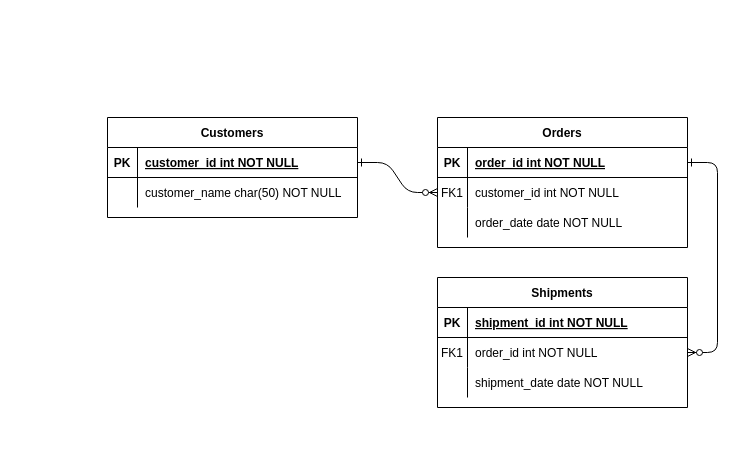
Above: Untitled Diagram.drawio in rafignwn/aplikasi-kasir-versi-web (draw.io), before the change. Source tidied: cells renumbered, new cells numbered last; positions are measured from the earlier drawing's top-left corner, leaving out a move shared by most shapes. Both pictures are drawn from the tidied source at 100%, with x=0, y=0 at pixel (107, 117).
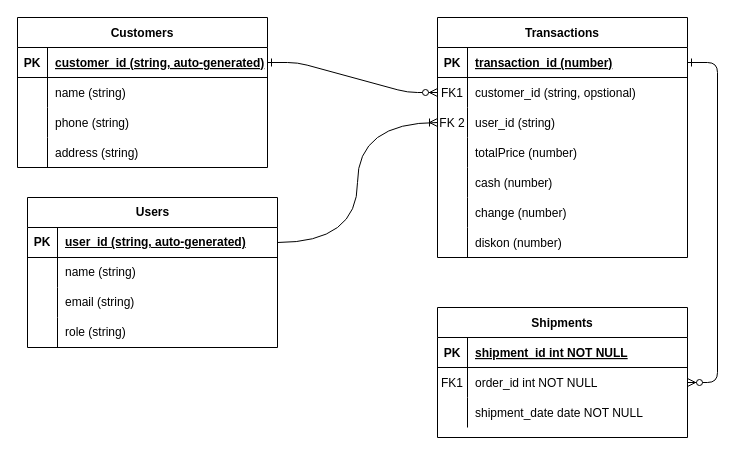
The same page after the edit.

Commit message:
ERD-Bee POS.drawio

The change refers to these unchanged cells:
```xml
<mxCell id="5" style="shape=partialRectangle;fillColor=none;points=[[0,0.5],[1,0.5]];portConstraint=eastwest;top=0;left=0;right=0;bottom=1;" parent="4" vertex="1">
  <mxGeometry y="30" width="250" height="30" as="geometry" />
</mxCell>
<mxCell id="8" style="shape=partialRectangle;fillColor=none;points=[[0,0.5],[1,0.5]];portConstraint=eastwest;top=0;left=0;right=0;bottom=0;" parent="4" vertex="1">
  <mxGeometry y="60" width="250" height="30" as="geometry" />
</mxCell>
<mxCell id="11" style="shape=partialRectangle;fillColor=none;points=[[0,0.5],[1,0.5]];portConstraint=eastwest;top=0;left=0;right=0;bottom=0;" parent="4" vertex="1">
  <mxGeometry y="90" width="250" height="30" as="geometry" />
</mxCell>
<mxCell id="25" style="shape=partialRectangle;fillColor=none;points=[[0,0.5],[1,0.5]];portConstraint=eastwest;top=0;left=0;right=0;bottom=1;" parent="24" vertex="1">
  <mxGeometry y="30" width="250" height="30" as="geometry" />
</mxCell>
<mxCell id="28" style="shape=partialRectangle;fillColor=none;top=0;left=0;right=0;bottom=0;" parent="24" vertex="1">
  <mxGeometry y="60" width="250" height="30" as="geometry" />
</mxCell>
```

What changed in the source:
```diff
@@
-    <mxCell id="4" value="Orders" style="shape=table;startSize=30;childLayout=tableLayout;rowLines=0;fontStyle=1;align=center;" parent="1" vertex="1">
-      <mxGeometry x="330" width="250" height="130" as="geometry" />
+    <mxCell id="4" value="Transactions" style="shape=table;startSize=30;childLayout=tableLayout;rowLines=0;fontStyle=1;align=center;" parent="1" vertex="1">
+      <mxGeometry x="330" y="-100" width="250" height="240" as="geometry" />
     </mxCell>
@@
-    <mxCell id="7" value="order_id int NOT NULL " style="shape=partialRectangle;overflow=hidden;fillColor=none;top=0;left=0;bottom=0;right=0;align=left;spacingLeft=6;fontStyle=5;" parent="5" vertex="1">
+    <mxCell id="7" value="transaction_id (number)" style="shape=partialRectangle;overflow=hidden;fillColor=none;top=0;left=0;bottom=0;right=0;align=left;spacingLeft=6;fontStyle=5;" parent="5" vertex="1">
       <mxGeometry x="30" width="220" height="30" as="geometry" />
     </mxCell>
@@
-    <mxCell id="10" value="customer_id int NOT NULL" style="shape=partialRectangle;overflow=hidden;fillColor=none;top=0;left=0;bottom=0;right=0;align=left;spacingLeft=6;" parent="8" vertex="1">
+    <mxCell id="10" value="customer_id (string, opstional)" style="shape=partialRectangle;overflow=hidden;fillColor=none;top=0;left=0;bottom=0;right=0;align=left;spacingLeft=6;" parent="8" vertex="1">
       <mxGeometry x="30" width="220" height="30" as="geometry" />
     </mxCell>
@@
-    <mxCell id="12" style="shape=partialRectangle;overflow=hidden;fillColor=none;top=0;left=0;bottom=0;right=0;" parent="11" vertex="1">
+    <mxCell id="12" value="FK 2" style="shape=partialRectangle;overflow=hidden;fillColor=none;top=0;left=0;bottom=0;right=0;" parent="11" vertex="1">
       <mxGeometry width="30" height="30" as="geometry" />
     </mxCell>
-    <mxCell id="13" value="order_date date NOT NULL" style="shape=partialRectangle;overflow=hidden;fillColor=none;top=0;left=0;bottom=0;right=0;align=left;spacingLeft=6;" parent="11" vertex="1">
+    <mxCell id="13" value="user_id (string)" style="shape=partialRectangle;overflow=hidden;fillColor=none;top=0;left=0;bottom=0;right=0;align=left;spacingLeft=6;" parent="11" vertex="1">
       <mxGeometry x="30" width="220" height="30" as="geometry" />
     </mxCell>
+    <mxCell id="31" style="shape=partialRectangle;fillColor=none;top=0;left=0;right=0;bottom=0;" parent="4" vertex="1">
+      <mxGeometry y="120" width="250" height="30" as="geometry" />
+    </mxCell>
+    <mxCell id="32" style="shape=partialRectangle;overflow=hidden;fillColor=none;top=0;left=0;bottom=0;right=0;" parent="31" vertex="1">
+      <mxGeometry width="30" height="30" as="geometry" />
+    </mxCell>
+    <mxCell id="33" value="totalPrice (number)" style="shape=partialRectangle;overflow=hidden;fillColor=none;top=0;left=0;bottom=0;right=0;align=left;spacingLeft=6;" parent="31" vertex="1">
+      <mxGeometry x="30" width="220" height="30" as="geometry" />
+    </mxCell>
+    <mxCell id="34" style="shape=partialRectangle;fillColor=none;top=0;left=0;right=0;bottom=0;" parent="4" vertex="1">
+      <mxGeometry y="150" width="250" height="30" as="geometry" />
+    </mxCell>
+    <mxCell id="35" style="shape=partialRectangle;overflow=hidden;fillColor=none;top=0;left=0;bottom=0;right=0;" parent="34" vertex="1">
+      <mxGeometry width="30" height="30" as="geometry" />
+    </mxCell>
+    <mxCell id="36" value="cash (number)" style="shape=partialRectangle;overflow=hidden;fillColor=none;top=0;left=0;bottom=0;right=0;align=left;spacingLeft=6;" parent="34" vertex="1">
+      <mxGeometry x="30" width="220" height="30" as="geometry" />
+    </mxCell>
+    <mxCell id="37" style="shape=partialRectangle;fillColor=none;top=0;left=0;right=0;bottom=0;" parent="4" vertex="1">
+      <mxGeometry y="180" width="250" height="30" as="geometry" />
+    </mxCell>
+    <mxCell id="38" style="shape=partialRectangle;overflow=hidden;fillColor=none;top=0;left=0;bottom=0;right=0;" parent="37" vertex="1">
+      <mxGeometry width="30" height="30" as="geometry" />
+    </mxCell>
+    <mxCell id="39" value="change (number)" style="shape=partialRectangle;overflow=hidden;fillColor=none;top=0;left=0;bottom=0;right=0;align=left;spacingLeft=6;" parent="37" vertex="1">
+      <mxGeometry x="30" width="220" height="30" as="geometry" />
+    </mxCell>
+    <mxCell id="40" style="shape=partialRectangle;fillColor=none;top=0;left=0;right=0;bottom=0;" parent="4" vertex="1">
+      <mxGeometry y="210" width="250" height="30" as="geometry" />
+    </mxCell>
+    <mxCell id="41" style="shape=partialRectangle;overflow=hidden;fillColor=none;top=0;left=0;bottom=0;right=0;" parent="40" vertex="1">
+      <mxGeometry width="30" height="30" as="geometry" />
+    </mxCell>
+    <mxCell id="42" value="diskon (number)" style="shape=partialRectangle;overflow=hidden;fillColor=none;top=0;left=0;bottom=0;right=0;align=left;spacingLeft=6;" parent="40" vertex="1">
+      <mxGeometry x="30" width="220" height="30" as="geometry" />
+    </mxCell>
     <mxCell id="14" value="Shipments" style="shape=table;startSize=30;childLayout=tableLayout;rowLines=0;fontStyle=1;align=center;" parent="1" vertex="1">
-      <mxGeometry x="330" y="160" width="250" height="130" as="geometry" />
+      <mxGeometry x="330" y="190" width="250" height="130" as="geometry" />
     </mxCell>
@@
     <mxCell id="24" value="Customers" style="shape=table;startSize=30;childLayout=tableLayout;rowLines=0;fontStyle=1;align=center;" parent="1" vertex="1">
-      <mxGeometry width="250" height="100" as="geometry" />
+      <mxGeometry x="-90" y="-100" width="250" height="150" as="geometry" />
     </mxCell>
@@
-    <mxCell id="27" value="customer_id int NOT NULL " style="shape=partialRectangle;overflow=hidden;fillColor=none;top=0;left=0;bottom=0;right=0;align=left;spacingLeft=6;fontStyle=5;" parent="25" vertex="1">
+    <mxCell id="27" value="customer_id (string, auto-generated)" style="shape=partialRectangle;overflow=hidden;fillColor=none;top=0;left=0;bottom=0;right=0;align=left;spacingLeft=6;fontStyle=5;" parent="25" vertex="1">
       <mxGeometry x="30" width="220" height="30" as="geometry" />
     </mxCell>
@@
-    <mxCell id="30" value="customer_name char(50) NOT NULL" style="shape=partialRectangle;overflow=hidden;fillColor=none;top=0;left=0;bottom=0;right=0;align=left;spacingLeft=6;" parent="28" vertex="1">
+    <mxCell id="30" value="name (string)" style="shape=partialRectangle;overflow=hidden;fillColor=none;top=0;left=0;bottom=0;right=0;align=left;spacingLeft=6;" parent="28" vertex="1">
       <mxGeometry x="30" width="220" height="30" as="geometry" />
     </mxCell>
+    <mxCell id="43" style="shape=partialRectangle;fillColor=none;top=0;left=0;right=0;bottom=0;" parent="24" vertex="1">
+      <mxGeometry y="90" width="250" height="30" as="geometry" />
+    </mxCell>
+    <mxCell id="44" style="shape=partialRectangle;overflow=hidden;fillColor=none;top=0;left=0;bottom=0;right=0;" parent="43" vertex="1">
+      <mxGeometry width="30" height="30" as="geometry" />
+    </mxCell>
+    <mxCell id="45" value="phone (string)" style="shape=partialRectangle;overflow=hidden;fillColor=none;top=0;left=0;bottom=0;right=0;align=left;spacingLeft=6;" parent="43" vertex="1">
+      <mxGeometry x="30" width="220" height="30" as="geometry" />
+    </mxCell>
+    <mxCell id="46" style="shape=partialRectangle;fillColor=none;top=0;left=0;right=0;bottom=0;" parent="24" vertex="1">
+      <mxGeometry y="120" width="250" height="30" as="geometry" />
+    </mxCell>
+    <mxCell id="47" style="shape=partialRectangle;overflow=hidden;fillColor=none;top=0;left=0;bottom=0;right=0;" parent="46" vertex="1">
+      <mxGeometry width="30" height="30" as="geometry" />
+    </mxCell>
+    <mxCell id="48" value="address (string)" style="shape=partialRectangle;overflow=hidden;fillColor=none;top=0;left=0;bottom=0;right=0;align=left;spacingLeft=6;" parent="46" vertex="1">
+      <mxGeometry x="30" width="220" height="30" as="geometry" />
+    </mxCell>
+    <mxCell id="49" value="Users" style="shape=table;startSize=30;childLayout=tableLayout;rowLines=0;fontStyle=1;align=center;html=1;" parent="1" vertex="1">
+      <mxGeometry x="-80" y="80" width="250" height="150" as="geometry" />
+    </mxCell>
+    <mxCell id="50" style="shape=tableRow;horizontal=0;startSize=0;swimlaneHead=0;swimlaneBody=0;fillColor=none;points=[[0,0.5],[1,0.5]];portConstraint=eastwest;top=0;left=0;right=0;bottom=1;" parent="49" vertex="1">
+      <mxGeometry y="30" width="250" height="30" as="geometry" />
+    </mxCell>
+    <mxCell id="51" value="PK" style="shape=partialRectangle;fillColor=none;top=0;left=0;bottom=0;right=0;fontStyle=1;overflow=hidden;whiteSpace=wrap;html=1;" parent="50" vertex="1">
+      <mxGeometry width="30" height="30" as="geometry" />
+    </mxCell>
+    <mxCell id="52" value="user_id (string, auto-generated)" style="shape=partialRectangle;fillColor=none;top=0;left=0;bottom=0;right=0;align=left;spacingLeft=6;fontStyle=5;overflow=hidden;whiteSpace=wrap;html=1;" parent="50" vertex="1">
+      <mxGeometry x="30" width="220" height="30" as="geometry" />
+    </mxCell>
+    <mxCell id="53" style="shape=tableRow;horizontal=0;startSize=0;swimlaneHead=0;swimlaneBody=0;fillColor=none;top=0;left=0;right=0;bottom=0;" parent="49" vertex="1">
+      <mxGeometry y="60" width="250" height="30" as="geometry" />
+    </mxCell>
+    <mxCell id="54" style="shape=partialRectangle;fillColor=none;top=0;left=0;bottom=0;right=0;overflow=hidden;whiteSpace=wrap;html=1;" parent="53" vertex="1">
+      <mxGeometry width="30" height="30" as="geometry" />
+    </mxCell>
+    <mxCell id="55" value="name (string)" style="shape=partialRectangle;fillColor=none;top=0;left=0;bottom=0;right=0;align=left;spacingLeft=6;overflow=hidden;whiteSpace=wrap;html=1;" parent="53" vertex="1">
+      <mxGeometry x="30" width="220" height="30" as="geometry" />
+    </mxCell>
+    <mxCell id="56" style="shape=tableRow;horizontal=0;startSize=0;swimlaneHead=0;swimlaneBody=0;fillColor=none;top=0;left=0;right=0;bottom=0;" parent="49" vertex="1">
+      <mxGeometry y="90" width="250" height="30" as="geometry" />
+    </mxCell>
+    <mxCell id="57" style="shape=partialRectangle;fillColor=none;top=0;left=0;bottom=0;right=0;overflow=hidden;whiteSpace=wrap;html=1;" parent="56" vertex="1">
+      <mxGeometry width="30" height="30" as="geometry" />
+    </mxCell>
+    <mxCell id="58" value="email (string)" style="shape=partialRectangle;fillColor=none;top=0;left=0;bottom=0;right=0;align=left;spacingLeft=6;overflow=hidden;whiteSpace=wrap;html=1;" parent="56" vertex="1">
+      <mxGeometry x="30" width="220" height="30" as="geometry" />
+    </mxCell>
+    <mxCell id="59" style="shape=tableRow;horizontal=0;startSize=0;swimlaneHead=0;swimlaneBody=0;fillColor=none;top=0;left=0;right=0;bottom=0;" parent="49" vertex="1">
+      <mxGeometry y="120" width="250" height="30" as="geometry" />
+    </mxCell>
+    <mxCell id="60" style="shape=partialRectangle;fillColor=none;top=0;left=0;bottom=0;right=0;overflow=hidden;whiteSpace=wrap;html=1;" parent="59" vertex="1">
+      <mxGeometry width="30" height="30" as="geometry" />
+    </mxCell>
+    <mxCell id="61" value="role (string)" style="shape=partialRectangle;fillColor=none;top=0;left=0;bottom=0;right=0;align=left;spacingLeft=6;overflow=hidden;whiteSpace=wrap;html=1;" parent="59" vertex="1">
+      <mxGeometry x="30" width="220" height="30" as="geometry" />
+    </mxCell>
+    <mxCell id="62" style="edgeStyle=orthogonalEdgeStyle;fontSize=12;html=1;endArrow=ERoneToMany;rounded=0;exitX=1;exitY=0.5;exitDx=0;exitDy=0;curved=1;" parent="1" edge="1" source="50" target="11">
+      <mxGeometry relative="1" as="geometry" />
+    </mxCell>
```
